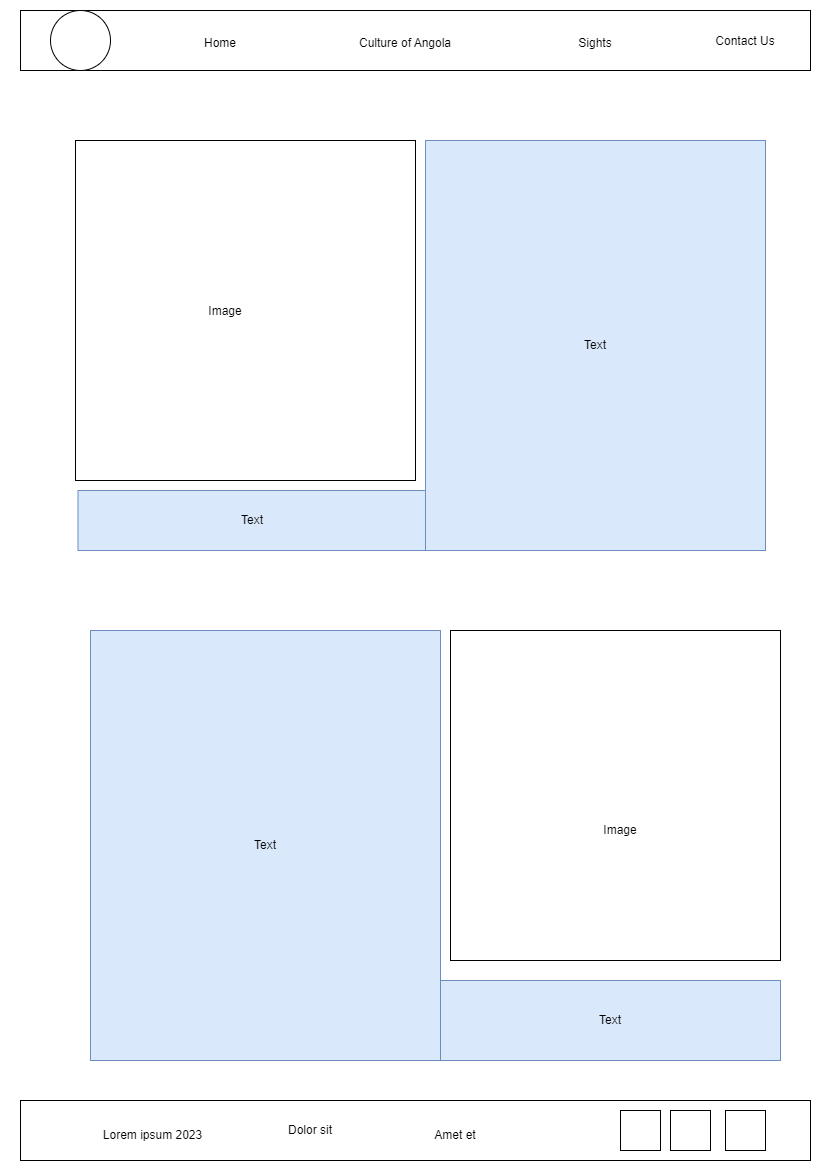
The draw.io diagram Personal-site/images/home wireframe1.png in yanocuangana/wdd130, before a commit. Source tidied: cells renumbered, new cells last; positions are measured from the earlier drawing's top-left corner, leaving out a move shared by most shapes. The source it was exported from:
```xml
<mxGraphModel>
  <root>
    <mxCell id="0" />
    <mxCell id="1" parent="0" />
    <mxCell id="2" style="rounded=0;whiteSpace=wrap;html=1;" parent="1" vertex="1">
      <mxGeometry width="790" height="60" as="geometry" />
    </mxCell>
    <mxCell id="3" style="ellipse;whiteSpace=wrap;html=1;" parent="1" vertex="1">
      <mxGeometry x="30" width="60" height="60" as="geometry" />
    </mxCell>
    <mxCell id="4" value="Home" style="text;html=1;strokeColor=none;fillColor=none;align=center;verticalAlign=middle;whiteSpace=wrap;rounded=0;" parent="1" vertex="1">
      <mxGeometry x="140" y="15" width="120" height="35" as="geometry" />
    </mxCell>
    <mxCell id="5" value="Culture of Angola" style="text;html=1;strokeColor=none;fillColor=none;align=center;verticalAlign=middle;whiteSpace=wrap;rounded=0;" parent="1" vertex="1">
      <mxGeometry x="320" y="15" width="130" height="35" as="geometry" />
    </mxCell>
    <mxCell id="6" value="Sights" style="text;html=1;strokeColor=none;fillColor=none;align=center;verticalAlign=middle;whiteSpace=wrap;rounded=0;" parent="1" vertex="1">
      <mxGeometry x="510" y="15" width="130" height="35" as="geometry" />
    </mxCell>
    <mxCell id="7" value="Contact Us" style="text;html=1;strokeColor=none;fillColor=none;align=center;verticalAlign=middle;whiteSpace=wrap;rounded=0;" parent="1" vertex="1">
      <mxGeometry x="680" y="12.5" width="90" height="37.5" as="geometry" />
    </mxCell>
    <mxCell id="8" style="whiteSpace=wrap;html=1;" parent="1" vertex="1">
      <mxGeometry x="55" y="130" width="340" height="340" as="geometry" />
    </mxCell>
    <mxCell id="9" value="Image" style="text;html=1;strokeColor=none;fillColor=none;align=center;verticalAlign=middle;whiteSpace=wrap;rounded=0;" parent="1" vertex="1">
      <mxGeometry x="120" y="282.5" width="170" height="37.5" as="geometry" />
    </mxCell>
    <mxCell id="10" value="Text" style="text;html=1;strokeColor=#6c8ebf;fillColor=#dae8fc;align=center;verticalAlign=middle;whiteSpace=wrap;rounded=0;glass=0;shadow=0;" parent="1" vertex="1">
      <mxGeometry x="405" y="130" width="340" height="410" as="geometry" />
    </mxCell>
    <mxCell id="11" value="Text" style="text;html=1;strokeColor=#6c8ebf;fillColor=#dae8fc;align=center;verticalAlign=middle;whiteSpace=wrap;rounded=0;" parent="1" vertex="1">
      <mxGeometry x="57.5" y="480" width="347.5" height="60" as="geometry" />
    </mxCell>
    <mxCell id="12" style="whiteSpace=wrap;html=1;" parent="1" vertex="1">
      <mxGeometry x="430" y="620" width="330" height="330" as="geometry" />
    </mxCell>
    <mxCell id="13" value="Image" style="text;html=1;strokeColor=none;fillColor=none;align=center;verticalAlign=middle;whiteSpace=wrap;rounded=0;" parent="1" vertex="1">
      <mxGeometry x="535" y="802.5" width="130" height="35" as="geometry" />
    </mxCell>
    <mxCell id="14" value="Text" style="text;html=1;strokeColor=#6c8ebf;fillColor=#dae8fc;align=center;verticalAlign=middle;whiteSpace=wrap;rounded=0;glass=0;shadow=0;" parent="1" vertex="1">
      <mxGeometry x="70" y="620" width="350" height="430" as="geometry" />
    </mxCell>
    <mxCell id="15" value="Text" style="text;html=1;strokeColor=#6c8ebf;fillColor=#dae8fc;align=center;verticalAlign=middle;whiteSpace=wrap;rounded=0;" parent="1" vertex="1">
      <mxGeometry x="420" y="970" width="340" height="80" as="geometry" />
    </mxCell>
    <mxCell id="16" style="verticalLabelPosition=bottom;verticalAlign=top;html=1;shape=mxgraph.basic.rect;fillColor2=none;strokeWidth=1;size=20;indent=5;rounded=0;shadow=0;glass=0;sketch=0;" parent="1" vertex="1">
      <mxGeometry y="1090" width="790" height="60" as="geometry" />
    </mxCell>
    <mxCell id="17" style="whiteSpace=wrap;html=1;rounded=0;shadow=0;glass=0;sketch=0;" parent="1" vertex="1">
      <mxGeometry x="705" y="1100" width="40" height="40" as="geometry" />
    </mxCell>
    <mxCell id="18" style="whiteSpace=wrap;html=1;rounded=0;shadow=0;glass=0;sketch=0;" parent="1" vertex="1">
      <mxGeometry x="650" y="1100" width="40" height="40" as="geometry" />
    </mxCell>
    <mxCell id="19" style="whiteSpace=wrap;html=1;rounded=0;shadow=0;glass=0;sketch=0;" parent="1" vertex="1">
      <mxGeometry x="600" y="1100" width="40" height="40" as="geometry" />
    </mxCell>
    <mxCell id="20" value="Amet et" style="text;html=1;strokeColor=none;fillColor=none;align=center;verticalAlign=middle;whiteSpace=wrap;rounded=0;" parent="1" vertex="1">
      <mxGeometry x="405" y="1110" width="60" height="30" as="geometry" />
    </mxCell>
    <mxCell id="21" value="Dolor sit" style="text;html=1;strokeColor=none;fillColor=none;align=center;verticalAlign=middle;whiteSpace=wrap;rounded=0;" parent="1" vertex="1">
      <mxGeometry x="260" y="1105" width="60" height="30" as="geometry" />
    </mxCell>
    <mxCell id="22" value="Lorem ipsum 2023" style="text;html=1;strokeColor=none;fillColor=none;align=center;verticalAlign=middle;whiteSpace=wrap;rounded=0;" parent="1" vertex="1">
      <mxGeometry x="55" y="1110" width="155" height="30" as="geometry" />
    </mxCell>
  </root>
</mxGraphModel>
```
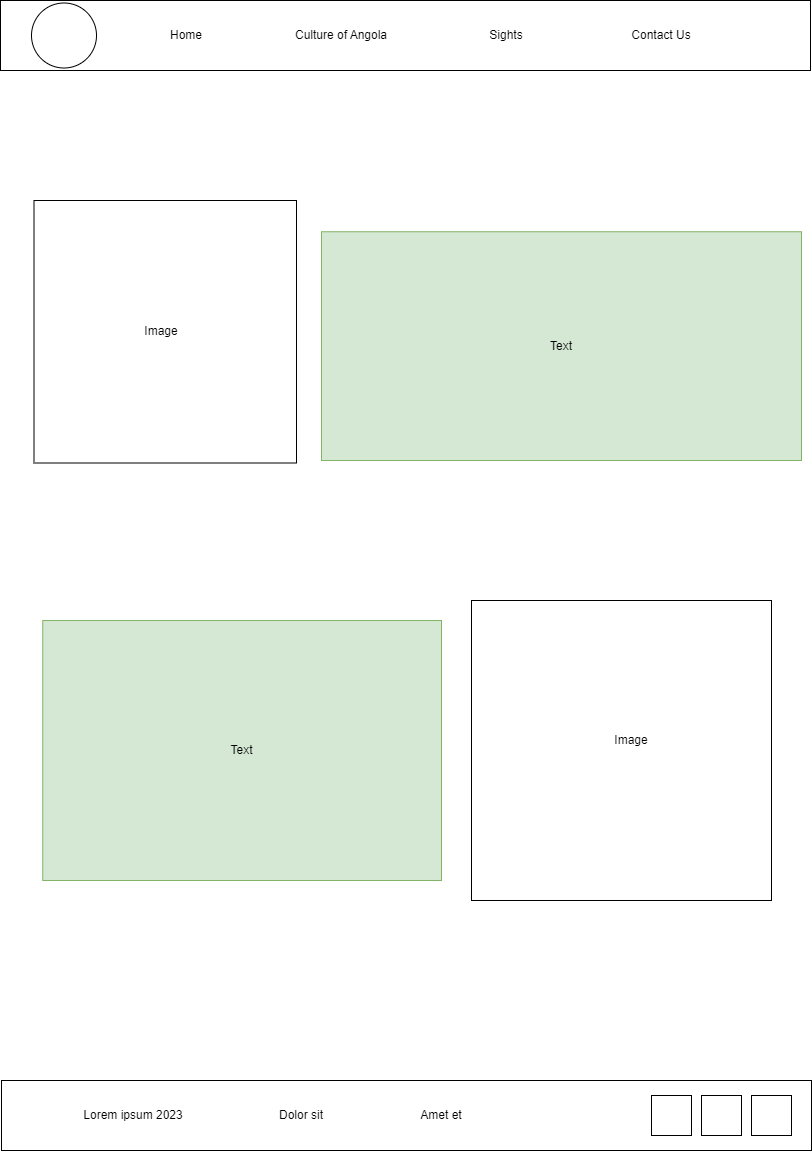
Above is the later version.

Diff of the diagram source:
```diff
@@ -2,68 +2,62 @@
   <root>
     <mxCell id="0" />
     <mxCell id="1" parent="0" />
-    <mxCell id="2" style="rounded=0;whiteSpace=wrap;html=1;" parent="1" vertex="1">
-      <mxGeometry width="790" height="60" as="geometry" />
-    </mxCell>
-    <mxCell id="3" style="ellipse;whiteSpace=wrap;html=1;" parent="1" vertex="1">
-      <mxGeometry x="30" width="60" height="60" as="geometry" />
-    </mxCell>
+    <mxCell id="23" style="rounded=0;whiteSpace=wrap;html=1;" parent="1" vertex="1">
+      <mxGeometry x="-11" width="810" height="70" as="geometry" />
+    </mxCell>
+    <mxCell id="24" style="ellipse;whiteSpace=wrap;html=1;" parent="1" vertex="1">
+      <mxGeometry x="20" y="2.5" width="65" height="65" as="geometry" />
+    </mxCell>
     <mxCell id="4" value="Home" style="text;html=1;strokeColor=none;fillColor=none;align=center;verticalAlign=middle;whiteSpace=wrap;rounded=0;" parent="1" vertex="1">
-      <mxGeometry x="140" y="15" width="120" height="35" as="geometry" />
+      <mxGeometry x="130" y="20" width="90" height="30" as="geometry" />
     </mxCell>
     <mxCell id="5" value="Culture of Angola" style="text;html=1;strokeColor=none;fillColor=none;align=center;verticalAlign=middle;whiteSpace=wrap;rounded=0;" parent="1" vertex="1">
-      <mxGeometry x="320" y="15" width="130" height="35" as="geometry" />
+      <mxGeometry x="270" y="20" width="120" height="30" as="geometry" />
     </mxCell>
     <mxCell id="6" value="Sights" style="text;html=1;strokeColor=none;fillColor=none;align=center;verticalAlign=middle;whiteSpace=wrap;rounded=0;" parent="1" vertex="1">
-      <mxGeometry x="510" y="15" width="130" height="35" as="geometry" />
+      <mxGeometry x="430" y="20" width="130" height="30" as="geometry" />
     </mxCell>
     <mxCell id="7" value="Contact Us" style="text;html=1;strokeColor=none;fillColor=none;align=center;verticalAlign=middle;whiteSpace=wrap;rounded=0;" parent="1" vertex="1">
-      <mxGeometry x="680" y="12.5" width="90" height="37.5" as="geometry" />
+      <mxGeometry x="590" y="20" width="120" height="30" as="geometry" />
     </mxCell>
-    <mxCell id="8" style="whiteSpace=wrap;html=1;" parent="1" vertex="1">
-      <mxGeometry x="55" y="130" width="340" height="340" as="geometry" />
-    </mxCell>
-    <mxCell id="9" value="Image" style="text;html=1;strokeColor=none;fillColor=none;align=center;verticalAlign=middle;whiteSpace=wrap;rounded=0;" parent="1" vertex="1">
-      <mxGeometry x="120" y="282.5" width="170" height="37.5" as="geometry" />
-    </mxCell>
-    <mxCell id="10" value="Text" style="text;html=1;strokeColor=#6c8ebf;fillColor=#dae8fc;align=center;verticalAlign=middle;whiteSpace=wrap;rounded=0;glass=0;shadow=0;" parent="1" vertex="1">
-      <mxGeometry x="405" y="130" width="340" height="410" as="geometry" />
-    </mxCell>
-    <mxCell id="11" value="Text" style="text;html=1;strokeColor=#6c8ebf;fillColor=#dae8fc;align=center;verticalAlign=middle;whiteSpace=wrap;rounded=0;" parent="1" vertex="1">
-      <mxGeometry x="57.5" y="480" width="347.5" height="60" as="geometry" />
-    </mxCell>
-    <mxCell id="12" style="whiteSpace=wrap;html=1;" parent="1" vertex="1">
-      <mxGeometry x="430" y="620" width="330" height="330" as="geometry" />
-    </mxCell>
-    <mxCell id="13" value="Image" style="text;html=1;strokeColor=none;fillColor=none;align=center;verticalAlign=middle;whiteSpace=wrap;rounded=0;" parent="1" vertex="1">
-      <mxGeometry x="535" y="802.5" width="130" height="35" as="geometry" />
-    </mxCell>
-    <mxCell id="14" value="Text" style="text;html=1;strokeColor=#6c8ebf;fillColor=#dae8fc;align=center;verticalAlign=middle;whiteSpace=wrap;rounded=0;glass=0;shadow=0;" parent="1" vertex="1">
-      <mxGeometry x="70" y="620" width="350" height="430" as="geometry" />
-    </mxCell>
-    <mxCell id="15" value="Text" style="text;html=1;strokeColor=#6c8ebf;fillColor=#dae8fc;align=center;verticalAlign=middle;whiteSpace=wrap;rounded=0;" parent="1" vertex="1">
-      <mxGeometry x="420" y="970" width="340" height="80" as="geometry" />
-    </mxCell>
-    <mxCell id="16" style="verticalLabelPosition=bottom;verticalAlign=top;html=1;shape=mxgraph.basic.rect;fillColor2=none;strokeWidth=1;size=20;indent=5;rounded=0;shadow=0;glass=0;sketch=0;" parent="1" vertex="1">
-      <mxGeometry y="1090" width="790" height="60" as="geometry" />
-    </mxCell>
-    <mxCell id="17" style="whiteSpace=wrap;html=1;rounded=0;shadow=0;glass=0;sketch=0;" parent="1" vertex="1">
-      <mxGeometry x="705" y="1100" width="40" height="40" as="geometry" />
-    </mxCell>
-    <mxCell id="18" style="whiteSpace=wrap;html=1;rounded=0;shadow=0;glass=0;sketch=0;" parent="1" vertex="1">
-      <mxGeometry x="650" y="1100" width="40" height="40" as="geometry" />
-    </mxCell>
-    <mxCell id="19" style="whiteSpace=wrap;html=1;rounded=0;shadow=0;glass=0;sketch=0;" parent="1" vertex="1">
-      <mxGeometry x="600" y="1100" width="40" height="40" as="geometry" />
-    </mxCell>
+    <mxCell id="25" style="whiteSpace=wrap;html=1;" parent="1" vertex="1">
+      <mxGeometry x="22.5" y="200" width="262.5" height="262.5" as="geometry" />
+    </mxCell>
+    <mxCell id="26" value="Text" style="text;html=1;strokeColor=#82b366;fillColor=#d5e8d4;align=center;verticalAlign=middle;whiteSpace=wrap;rounded=0;" parent="1" vertex="1">
+      <mxGeometry x="310" y="231.2" width="480" height="228.8" as="geometry" />
+    </mxCell>
+    <mxCell id="27" style="whiteSpace=wrap;html=1;" parent="1" vertex="1">
+      <mxGeometry x="460" y="600" width="300" height="300" as="geometry" />
+    </mxCell>
+    <mxCell id="28" style="rounded=0;whiteSpace=wrap;html=1;" parent="1" vertex="1">
+      <mxGeometry x="-10" y="1080" width="810" height="70" as="geometry" />
+    </mxCell>
+    <mxCell id="22" value="Lorem ipsum 2023" style="text;html=1;strokeColor=none;fillColor=none;align=center;verticalAlign=middle;whiteSpace=wrap;rounded=0;" parent="1" vertex="1">
+      <mxGeometry x="22.5" y="1100" width="197.5" height="30" as="geometry" />
+    </mxCell>
+    <mxCell id="21" value="Dolor sit" style="text;html=1;strokeColor=none;fillColor=none;align=center;verticalAlign=middle;whiteSpace=wrap;rounded=0;" parent="1" vertex="1">
+      <mxGeometry x="260" y="1100" width="60" height="30" as="geometry" />
+    </mxCell>
     <mxCell id="20" value="Amet et" style="text;html=1;strokeColor=none;fillColor=none;align=center;verticalAlign=middle;whiteSpace=wrap;rounded=0;" parent="1" vertex="1">
-      <mxGeometry x="405" y="1110" width="60" height="30" as="geometry" />
+      <mxGeometry x="400" y="1100" width="60" height="30" as="geometry" />
     </mxCell>
-    <mxCell id="21" value="Dolor sit" style="text;html=1;strokeColor=none;fillColor=none;align=center;verticalAlign=middle;whiteSpace=wrap;rounded=0;" parent="1" vertex="1">
-      <mxGeometry x="260" y="1105" width="60" height="30" as="geometry" />
-    </mxCell>
-    <mxCell id="22" value="Lorem ipsum 2023" style="text;html=1;strokeColor=none;fillColor=none;align=center;verticalAlign=middle;whiteSpace=wrap;rounded=0;" parent="1" vertex="1">
-      <mxGeometry x="55" y="1110" width="155" height="30" as="geometry" />
-    </mxCell>
+    <mxCell id="29" style="whiteSpace=wrap;html=1;" parent="1" vertex="1">
+      <mxGeometry x="740" y="1095" width="40" height="40" as="geometry" />
+    </mxCell>
+    <mxCell id="30" style="whiteSpace=wrap;html=1;" parent="1" vertex="1">
+      <mxGeometry x="640" y="1095" width="40" height="40" as="geometry" />
+    </mxCell>
+    <mxCell id="31" style="whiteSpace=wrap;html=1;" parent="1" vertex="1">
+      <mxGeometry x="690" y="1095" width="40" height="40" as="geometry" />
+    </mxCell>
+    <mxCell id="32" value="Text" style="text;html=1;strokeColor=#82b366;fillColor=#d5e8d4;align=center;verticalAlign=middle;whiteSpace=wrap;rounded=0;" parent="1" vertex="1">
+      <mxGeometry x="31.2" y="620" width="398.8" height="260" as="geometry" />
+    </mxCell>
+    <mxCell id="33" value="Image" style="text;html=1;strokeColor=none;fillColor=none;align=center;verticalAlign=middle;whiteSpace=wrap;rounded=0;" parent="1" vertex="1">
+      <mxGeometry x="120" y="316.2" width="60" height="30" as="geometry" />
+    </mxCell>
+    <mxCell id="34" value="Image" style="text;html=1;strokeColor=none;fillColor=none;align=center;verticalAlign=middle;whiteSpace=wrap;rounded=0;" parent="1" vertex="1">
+      <mxGeometry x="590" y="725" width="60" height="30" as="geometry" />
+    </mxCell>
   </root>
 </mxGraphModel>
```
